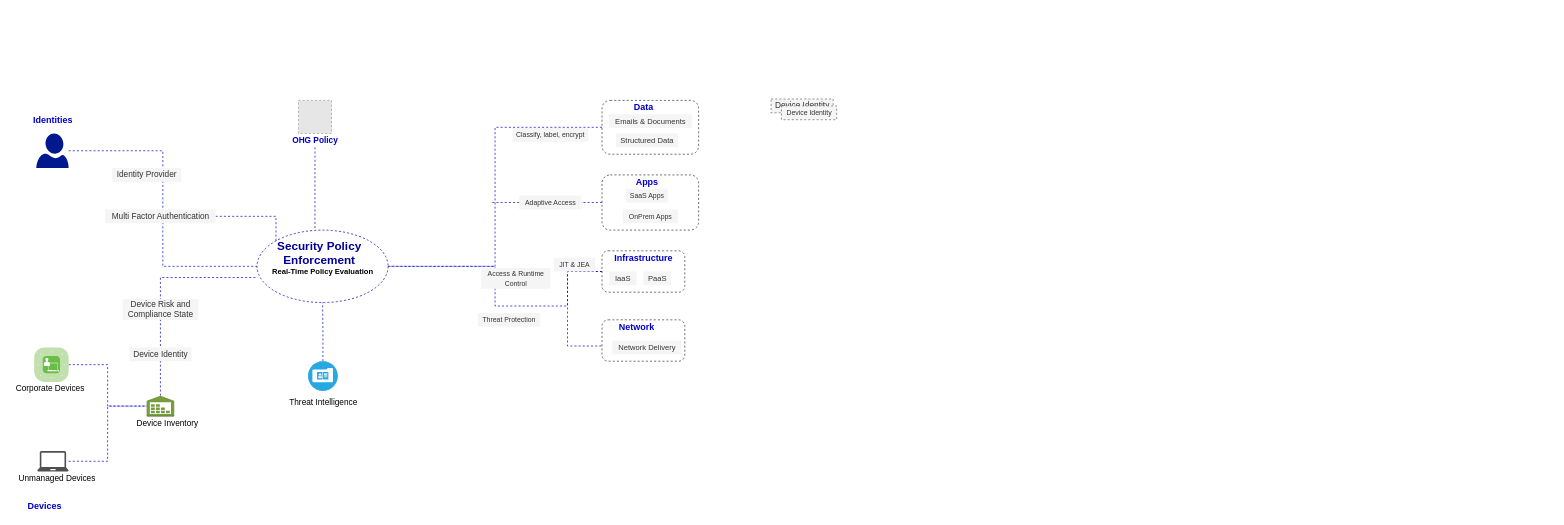
Before: Untitled Diagram.drawio in ajeetsinghal/java, a draw.io diagram. Source tidied: cells renumbered, new cells numbered last; positions are measured from the earlier drawing's top-left corner, leaving out a move shared by most shapes. Both pictures are drawn from the tidied source at 69%, with x=0, y=0 at pixel (12, 99). Pictures stored in the file or linked from it are replaced by grey dashed boxes.
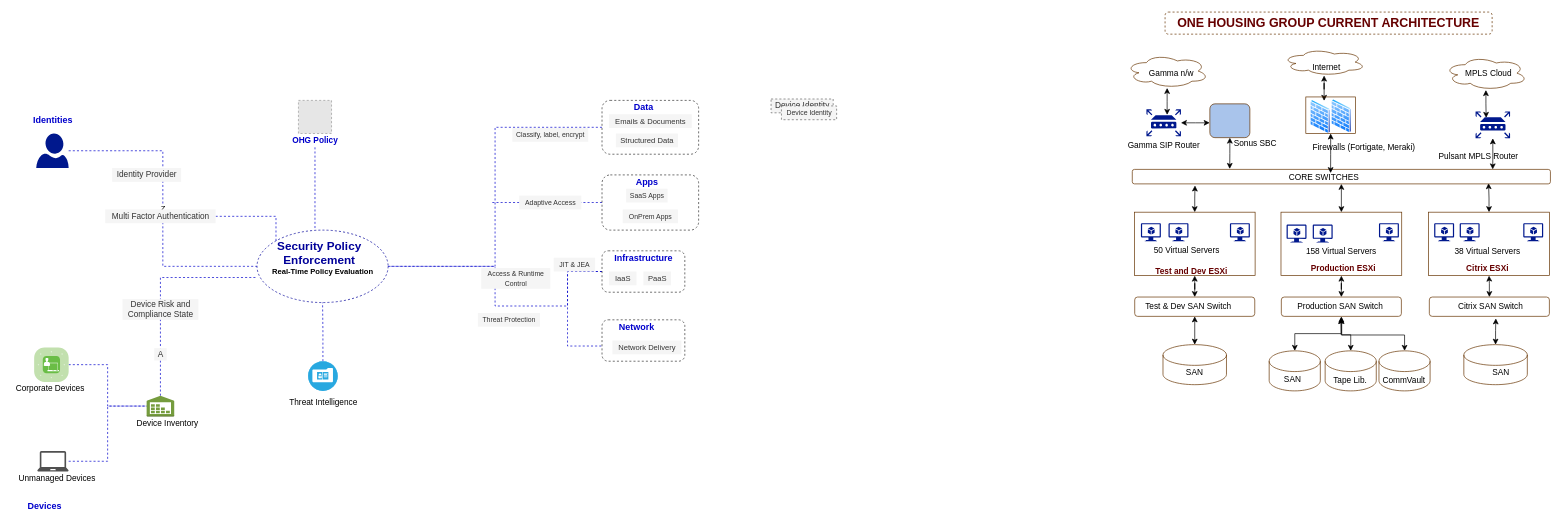
Above is the later version.

The change refers to these unchanged cells:
```xml
<mxCell id="3" style="shadow=0;dashed=0;html=1;strokeColor=none;labelPosition=center;verticalLabelPosition=bottom;verticalAlign=top;align=center;fillColor=#00188D;shape=mxgraph.azure.user;" parent="1" vertex="1">
  <mxGeometry x="35" y="50" width="47" height="50" as="geometry" />
</mxCell>
<mxCell id="5" style="ellipse;whiteSpace=wrap;html=1;fillColor=none;dashed=1;strokeColor=#000099;strokeWidth=1;" parent="1" vertex="1">
  <mxGeometry x="355" y="190" width="190" height="105" as="geometry" />
</mxCell>
```

What changed in the source:
```diff
@@
-    <mxCell id="2" style="edgeStyle=orthogonalEdgeStyle;rounded=0;jettySize=auto;html=1;entryX=0;entryY=0.5;entryDx=0;entryDy=0;dashed=1;strokeColor=#0000CC;endArrow=none;endFill=0;" parent="1" edge="1" source="3" target="5">
+    <mxCell id="2" value="Z" style="edgeStyle=orthogonalEdgeStyle;rounded=0;jettySize=auto;html=1;entryX=0;entryY=0.5;entryDx=0;entryDy=0;dashed=1;strokeColor=#0000CC;endArrow=none;endFill=0;" parent="1" edge="1" source="3" target="5">
       <mxGeometry relative="1" as="geometry" />
     </mxCell>
@@
-    <mxCell id="24" value="Device Identity" style="text;html=1;align=center;verticalAlign=middle;rounded=0;dashed=1;fillColor=#f5f5f5;fontColor=#333333;" parent="1" vertex="1">
-      <mxGeometry x="170" y="360" width="90" height="20" as="geometry" />
+    <mxCell id="24" value="A" style="text;html=1;align=center;verticalAlign=middle;rounded=0;dashed=1;fillColor=#f5f5f5;fontColor=#333333;" parent="1" vertex="1">
+      <mxGeometry x="206" y="361" width="18" height="18" as="geometry" />
     </mxCell>
@@
+    <mxCell id="55" value="&lt;b&gt;&lt;font color=&quot;#660000&quot;&gt;Test and Dev ESXi&lt;/font&gt;&lt;/b&gt;" style="text;html=1;strokeColor=none;fillColor=none;align=center;verticalAlign=middle;whiteSpace=wrap;rounded=0;" parent="1" vertex="1">
+      <mxGeometry x="1647" y="244" width="125" height="12" as="geometry" />
+    </mxCell>
+    <mxCell id="56" value="&lt;b&gt;&lt;font color=&quot;#660000&quot;&gt;Citrix ESXi&lt;/font&gt;&lt;/b&gt;" style="text;html=1;strokeColor=none;fillColor=none;align=center;verticalAlign=middle;whiteSpace=wrap;rounded=0;" parent="1" vertex="1">
+      <mxGeometry x="2076" y="240" width="125" height="12" as="geometry" />
+    </mxCell>
+    <mxCell id="57" value="&lt;b&gt;&lt;font color=&quot;#660000&quot;&gt;Production ESXi&lt;/font&gt;&lt;/b&gt;" style="text;html=1;strokeColor=none;fillColor=none;align=center;verticalAlign=middle;whiteSpace=wrap;rounded=0;" parent="1" vertex="1">
+      <mxGeometry x="1867" y="240" width="125" height="12" as="geometry" />
+    </mxCell>
+    <mxCell id="58" style="shadow=0;dashed=0;html=1;strokeColor=none;labelPosition=center;verticalLabelPosition=bottom;verticalAlign=top;align=center;fillColor=#00188D;shape=mxgraph.azure.virtual_machine_feature;" parent="1" vertex="1">
+      <mxGeometry x="2190.1" y="180" width="28.9" height="26" as="geometry" />
+    </mxCell>
+    <mxCell id="59" style="shadow=0;dashed=0;html=1;strokeColor=none;labelPosition=center;verticalLabelPosition=bottom;verticalAlign=top;align=center;fillColor=#00188D;shape=mxgraph.azure.virtual_machine_feature;" parent="1" vertex="1">
+      <mxGeometry x="2098" y="180" width="28.9" height="26" as="geometry" />
+    </mxCell>
+    <mxCell id="60" style="shadow=0;dashed=0;html=1;strokeColor=none;labelPosition=center;verticalLabelPosition=bottom;verticalAlign=top;align=center;fillColor=#00188D;shape=mxgraph.azure.virtual_machine_feature;" parent="1" vertex="1">
+      <mxGeometry x="2061" y="180" width="28.9" height="26" as="geometry" />
+    </mxCell>
+    <mxCell id="61" style="shadow=0;dashed=0;html=1;strokeColor=none;labelPosition=center;verticalLabelPosition=bottom;verticalAlign=top;align=center;fillColor=#00188D;shape=mxgraph.azure.virtual_machine_feature;" parent="1" vertex="1">
+      <mxGeometry x="1981" y="180" width="28.9" height="26" as="geometry" />
+    </mxCell>
+    <mxCell id="62" style="shadow=0;dashed=0;html=1;strokeColor=none;labelPosition=center;verticalLabelPosition=bottom;verticalAlign=top;align=center;fillColor=#00188D;shape=mxgraph.azure.virtual_machine_feature;" parent="1" vertex="1">
+      <mxGeometry x="1885" y="182" width="28.9" height="26" as="geometry" />
+    </mxCell>
+    <mxCell id="63" style="shadow=0;dashed=0;html=1;strokeColor=none;labelPosition=center;verticalLabelPosition=bottom;verticalAlign=top;align=center;fillColor=#00188D;shape=mxgraph.azure.virtual_machine_feature;" parent="1" vertex="1">
+      <mxGeometry x="1847.1" y="182" width="28.9" height="26" as="geometry" />
+    </mxCell>
+    <mxCell id="64" style="shadow=0;dashed=0;html=1;strokeColor=none;labelPosition=center;verticalLabelPosition=bottom;verticalAlign=top;align=center;fillColor=#00188D;shape=mxgraph.azure.virtual_machine_feature;" parent="1" vertex="1">
+      <mxGeometry x="1765" y="180" width="28.9" height="26" as="geometry" />
+    </mxCell>
+    <mxCell id="65" style="shadow=0;dashed=0;html=1;strokeColor=none;labelPosition=center;verticalLabelPosition=bottom;verticalAlign=top;align=center;fillColor=#00188D;shape=mxgraph.azure.virtual_machine_feature;" parent="1" vertex="1">
+      <mxGeometry x="1676" y="180" width="28.9" height="26" as="geometry" />
+    </mxCell>
+    <mxCell id="66" style="shadow=0;dashed=0;html=1;strokeColor=none;labelPosition=center;verticalLabelPosition=bottom;verticalAlign=top;align=center;fillColor=#00188D;shape=mxgraph.azure.virtual_machine_feature;" parent="1" vertex="1">
+      <mxGeometry x="1636" y="180" width="28.9" height="26" as="geometry" />
+    </mxCell>
+    <mxCell id="67" value="50 Virtual Servers" style="text;html=1;strokeColor=none;fillColor=none;align=center;verticalAlign=middle;whiteSpace=wrap;rounded=0;" parent="1" vertex="1">
+      <mxGeometry x="1633" y="213" width="139" height="12" as="geometry" />
+    </mxCell>
+    <mxCell id="68" value="158 Virtual Servers" style="text;html=1;strokeColor=none;fillColor=none;align=center;verticalAlign=middle;whiteSpace=wrap;rounded=0;" parent="1" vertex="1">
+      <mxGeometry x="1857" y="215" width="139" height="12" as="geometry" />
+    </mxCell>
+    <mxCell id="69" value="38 Virtual Servers" style="text;html=1;strokeColor=none;fillColor=none;align=center;verticalAlign=middle;whiteSpace=wrap;rounded=0;" parent="1" vertex="1">
+      <mxGeometry x="2069" y="215" width="139" height="12" as="geometry" />
+    </mxCell>
+    <mxCell id="70" style="edgeStyle=orthogonalEdgeStyle;rounded=0;jettySize=auto;html=1;entryX=0.15;entryY=1.111;entryDx=0;entryDy=0;entryPerimeter=0;startArrow=classic;startFill=1;endArrow=classic;endFill=1;" parent="1" edge="1" source="71" target="94">
+      <mxGeometry relative="1" as="geometry" />
+    </mxCell>
+    <mxCell id="71" style="rounded=0;whiteSpace=wrap;html=1;strokeColor=#663300;fillColor=none;" parent="1" vertex="1">
+      <mxGeometry x="1626.5" y="164" width="175" height="92" as="geometry" />
+    </mxCell>
+    <mxCell id="72" style="edgeStyle=orthogonalEdgeStyle;rounded=0;jettySize=auto;html=1;entryX=0.5;entryY=1;entryDx=0;entryDy=0;startArrow=classic;startFill=1;endArrow=classic;endFill=1;" parent="1" edge="1" source="73" target="94">
+      <mxGeometry relative="1" as="geometry" />
+    </mxCell>
+    <mxCell id="73" style="rounded=0;whiteSpace=wrap;html=1;strokeColor=#663300;fillColor=none;" parent="1" vertex="1">
+      <mxGeometry x="1839" y="164" width="175" height="92" as="geometry" />
+    </mxCell>
+    <mxCell id="74" style="edgeStyle=orthogonalEdgeStyle;rounded=0;jettySize=auto;html=1;entryX=0.852;entryY=0.952;entryDx=0;entryDy=0;entryPerimeter=0;startArrow=classic;startFill=1;endArrow=classic;endFill=1;" parent="1" edge="1" source="75" target="94">
+      <mxGeometry relative="1" as="geometry" />
+    </mxCell>
+    <mxCell id="75" style="rounded=0;whiteSpace=wrap;html=1;strokeColor=#663300;fillColor=none;" parent="1" vertex="1">
+      <mxGeometry x="2053" y="164" width="175" height="92" as="geometry" />
+    </mxCell>
+    <mxCell id="76" style="edgeStyle=orthogonalEdgeStyle;rounded=0;jettySize=auto;html=1;entryX=0.5;entryY=1;entryDx=0;entryDy=0;startArrow=classic;startFill=1;endArrow=classic;endFill=1;" parent="1" edge="1" source="77" target="71">
+      <mxGeometry relative="1" as="geometry" />
+    </mxCell>
+    <mxCell id="77" style="rounded=1;whiteSpace=wrap;html=1;strokeColor=#663300;fillColor=none;" parent="1" vertex="1">
+      <mxGeometry x="1627" y="287" width="174" height="28" as="geometry" />
+    </mxCell>
+    <mxCell id="78" style="edgeStyle=orthogonalEdgeStyle;rounded=0;jettySize=auto;html=1;entryX=0.5;entryY=1;entryDx=0;entryDy=0;startArrow=classic;startFill=1;endArrow=classic;endFill=1;" parent="1" edge="1" source="79" target="73">
+      <mxGeometry relative="1" as="geometry" />
+    </mxCell>
+    <mxCell id="79" style="rounded=1;whiteSpace=wrap;html=1;strokeColor=#663300;fillColor=none;" parent="1" vertex="1">
+      <mxGeometry x="1839.5" y="287" width="174" height="28" as="geometry" />
+    </mxCell>
+    <mxCell id="80" style="edgeStyle=orthogonalEdgeStyle;rounded=0;jettySize=auto;html=1;entryX=0.5;entryY=1;entryDx=0;entryDy=0;startArrow=classic;startFill=1;endArrow=classic;endFill=1;" parent="1" edge="1" source="81" target="75">
+      <mxGeometry relative="1" as="geometry" />
+    </mxCell>
+    <mxCell id="81" style="rounded=1;whiteSpace=wrap;html=1;strokeColor=#663300;fillColor=none;" parent="1" vertex="1">
+      <mxGeometry x="2054" y="287" width="174" height="28" as="geometry" />
+    </mxCell>
+    <mxCell id="82" style="edgeStyle=orthogonalEdgeStyle;rounded=0;jettySize=auto;html=1;entryX=0.5;entryY=1;entryDx=0;entryDy=0;startArrow=classic;startFill=1;endArrow=classic;endFill=1;" parent="1" edge="1" source="83" target="77">
+      <mxGeometry relative="1" as="geometry" />
+    </mxCell>
+    <mxCell id="83" style="shape=cylinder3;whiteSpace=wrap;html=1;boundedLbl=1;backgroundOutline=1;size=15;strokeColor=#663300;fillColor=none;" parent="1" vertex="1">
+      <mxGeometry x="1668" y="356" width="92" height="58" as="geometry" />
+    </mxCell>
+    <mxCell id="84" style="edgeStyle=orthogonalEdgeStyle;rounded=0;jettySize=auto;html=1;entryX=0.5;entryY=1;entryDx=0;entryDy=0;startArrow=classic;startFill=1;endArrow=classic;endFill=1;" parent="1" edge="1" source="85" target="79">
+      <mxGeometry relative="1" as="geometry" />
+    </mxCell>
+    <mxCell id="85" style="shape=cylinder3;whiteSpace=wrap;html=1;boundedLbl=1;backgroundOutline=1;size=15;strokeColor=#663300;fillColor=none;" parent="1" vertex="1">
+      <mxGeometry x="1821.9" y="365" width="74.1" height="58" as="geometry" />
+    </mxCell>
+    <mxCell id="86" style="edgeStyle=orthogonalEdgeStyle;rounded=0;jettySize=auto;html=1;entryX=0.554;entryY=1.107;entryDx=0;entryDy=0;entryPerimeter=0;startArrow=classic;startFill=1;endArrow=classic;endFill=1;" parent="1" edge="1" source="87" target="81">
+      <mxGeometry relative="1" as="geometry" />
+    </mxCell>
+    <mxCell id="87" style="shape=cylinder3;whiteSpace=wrap;html=1;boundedLbl=1;backgroundOutline=1;size=15;strokeColor=#663300;fillColor=none;" parent="1" vertex="1">
+      <mxGeometry x="2104" y="356" width="92" height="58" as="geometry" />
+    </mxCell>
+    <mxCell id="88" value="Test &amp;amp; Dev SAN Switch" style="text;html=1;strokeColor=none;fillColor=none;align=center;verticalAlign=middle;whiteSpace=wrap;rounded=0;" parent="1" vertex="1">
+      <mxGeometry x="1615.9" y="295" width="178" height="12" as="geometry" />
+    </mxCell>
+    <mxCell id="89" value="Production SAN Switch" style="text;html=1;strokeColor=none;fillColor=none;align=center;verticalAlign=middle;whiteSpace=wrap;rounded=0;" parent="1" vertex="1">
+      <mxGeometry x="1835.5" y="295" width="178" height="12" as="geometry" />
+    </mxCell>
+    <mxCell id="90" value="Citrix SAN Switch" style="text;html=1;strokeColor=none;fillColor=none;align=center;verticalAlign=middle;whiteSpace=wrap;rounded=0;" parent="1" vertex="1">
+      <mxGeometry x="2054" y="295" width="178" height="12" as="geometry" />
+    </mxCell>
+    <mxCell id="91" value="SAN" style="text;html=1;strokeColor=none;fillColor=none;align=center;verticalAlign=middle;whiteSpace=wrap;rounded=0;" parent="1" vertex="1">
+      <mxGeometry x="1694" y="387" width="40" height="20" as="geometry" />
+    </mxCell>
+    <mxCell id="92" value="SAN" style="text;html=1;strokeColor=none;fillColor=none;align=center;verticalAlign=middle;whiteSpace=wrap;rounded=0;fontStyle=0;" parent="1" vertex="1">
+      <mxGeometry x="2138" y="387" width="40" height="20" as="geometry" />
+    </mxCell>
+    <mxCell id="93" value="SAN" style="text;html=1;strokeColor=none;fillColor=none;align=center;verticalAlign=middle;whiteSpace=wrap;rounded=0;fontStyle=0;" parent="1" vertex="1">
+      <mxGeometry x="1836" y="397" width="40" height="20" as="geometry" />
+    </mxCell>
+    <mxCell id="94" style="rounded=1;whiteSpace=wrap;html=1;strokeColor=#663300;fillColor=none;" parent="1" vertex="1">
+      <mxGeometry x="1623.5" y="102" width="606" height="21" as="geometry" />
+    </mxCell>
+    <mxCell id="95" value="CORE SWITCHES" style="text;html=1;strokeColor=none;fillColor=none;align=center;verticalAlign=middle;whiteSpace=wrap;rounded=0;" parent="1" vertex="1">
+      <mxGeometry x="1811" y="111.5" width="181" height="5" as="geometry" />
+    </mxCell>
+    <mxCell id="96" style="edgeStyle=orthogonalEdgeStyle;rounded=0;jettySize=auto;html=1;startArrow=classic;startFill=1;endArrow=classic;endFill=1;" parent="1" edge="1" source="97">
+      <mxGeometry relative="1" as="geometry">
+        <mxPoint x="1925.7" y="317.3" as="targetPoint" />
+      </mxGeometry>
+    </mxCell>
+    <mxCell id="97" style="shape=cylinder3;whiteSpace=wrap;html=1;boundedLbl=1;backgroundOutline=1;size=15;strokeColor=#663300;fillColor=none;" parent="1" vertex="1">
+      <mxGeometry x="1903" y="365" width="74.1" height="58" as="geometry" />
+    </mxCell>
+    <mxCell id="98" style="edgeStyle=orthogonalEdgeStyle;rounded=0;jettySize=auto;html=1;startArrow=classic;startFill=1;endArrow=classic;endFill=1;" parent="1" edge="1" source="99">
+      <mxGeometry relative="1" as="geometry">
+        <mxPoint x="1927" y="317.3" as="targetPoint" />
+        <Array as="points">
+          <mxPoint x="2018" y="342" />
+          <mxPoint x="1927" y="342" />
+        </Array>
+      </mxGeometry>
+    </mxCell>
+    <mxCell id="99" style="shape=cylinder3;whiteSpace=wrap;html=1;boundedLbl=1;backgroundOutline=1;size=15;strokeColor=#663300;fillColor=none;" parent="1" vertex="1">
+      <mxGeometry x="1981" y="365" width="74.1" height="58" as="geometry" />
+    </mxCell>
+    <mxCell id="100" value="Tape Lib." style="text;html=1;strokeColor=none;fillColor=none;align=center;verticalAlign=middle;whiteSpace=wrap;rounded=0;" parent="1" vertex="1">
+      <mxGeometry x="1913.9" y="397" width="51.1" height="21" as="geometry" />
+    </mxCell>
+    <mxCell id="101" value="CommVault" style="text;html=1;strokeColor=none;fillColor=none;align=center;verticalAlign=middle;whiteSpace=wrap;rounded=0;" parent="1" vertex="1">
+      <mxGeometry x="1992" y="397" width="51.1" height="21" as="geometry" />
+    </mxCell>
+    <mxCell id="102" style="edgeStyle=orthogonalEdgeStyle;rounded=0;jettySize=auto;html=1;startArrow=classic;startFill=1;endArrow=classic;endFill=1;" parent="1" edge="1" source="103">
+      <mxGeometry relative="1" as="geometry">
+        <mxPoint x="1735.7" y="34.5" as="targetPoint" />
+      </mxGeometry>
+    </mxCell>
+    <mxCell id="103" style="shadow=0;dashed=0;html=1;strokeColor=none;labelPosition=center;verticalLabelPosition=bottom;verticalAlign=top;align=center;fillColor=#00188D;shape=mxgraph.mscae.enterprise.router;" parent="1" vertex="1">
+      <mxGeometry x="1644" y="15" width="50" height="39" as="geometry" />
+    </mxCell>
+    <mxCell id="104" style="perimeter=ellipsePerimeter;html=1;align=center;shadow=0;dashed=0;spacingTop=3;image;image=img/lib/active_directory/firewall.svg;strokeColor=#663300;fillColor=none;" parent="1" vertex="1">
+      <mxGeometry x="1881" y="1" width="30.5" height="50" as="geometry" />
+    </mxCell>
+    <mxCell id="105" style="edgeStyle=orthogonalEdgeStyle;rounded=0;jettySize=auto;html=1;entryX=0.862;entryY=0;entryDx=0;entryDy=0;entryPerimeter=0;startArrow=classic;startFill=1;endArrow=classic;endFill=1;" parent="1" edge="1" source="106" target="94">
+      <mxGeometry relative="1" as="geometry" />
+    </mxCell>
+    <mxCell id="106" style="shadow=0;dashed=0;html=1;strokeColor=none;labelPosition=center;verticalLabelPosition=bottom;verticalAlign=top;align=center;fillColor=#00188D;shape=mxgraph.mscae.enterprise.router;" parent="1" vertex="1">
+      <mxGeometry x="2121" y="18" width="50" height="39" as="geometry" />
+    </mxCell>
+    <mxCell id="107" style="perimeter=ellipsePerimeter;html=1;align=center;shadow=0;dashed=0;spacingTop=3;image;image=img/lib/active_directory/firewall.svg;strokeColor=#663300;fillColor=none;" parent="1" vertex="1">
+      <mxGeometry x="1911.5" width="30.5" height="50" as="geometry" />
+    </mxCell>
+    <mxCell id="108" value="Gamma SIP Router" style="text;html=1;strokeColor=none;fillColor=none;align=center;verticalAlign=middle;whiteSpace=wrap;rounded=0;" parent="1" vertex="1">
+      <mxGeometry x="1612.5" y="57" width="113" height="20" as="geometry" />
+    </mxCell>
+    <mxCell id="109" value="Firewalls (Fortigate, Meraki)" style="text;html=1;strokeColor=none;fillColor=none;align=center;verticalAlign=middle;whiteSpace=wrap;rounded=0;" parent="1" vertex="1">
+      <mxGeometry x="1883.5" y="60" width="151.4" height="20" as="geometry" />
+    </mxCell>
+    <mxCell id="110" value="Pulsant MPLS Router" style="text;html=1;strokeColor=none;fillColor=none;align=center;verticalAlign=middle;whiteSpace=wrap;rounded=0;" parent="1" vertex="1">
+      <mxGeometry x="2065" y="74" width="120.9" height="20" as="geometry" />
+    </mxCell>
+    <mxCell id="111" style="edgeStyle=orthogonalEdgeStyle;rounded=0;jettySize=auto;html=1;startArrow=classic;startFill=1;endArrow=classic;endFill=1;" parent="1" edge="1" source="112">
+      <mxGeometry relative="1" as="geometry">
+        <mxPoint x="1674" y="23" as="targetPoint" />
+      </mxGeometry>
+    </mxCell>
+    <mxCell id="112" style="ellipse;shape=cloud;whiteSpace=wrap;html=1;strokeColor=#663300;fillColor=none;" parent="1" vertex="1">
+      <mxGeometry x="1614" y="-65" width="120" height="49" as="geometry" />
+    </mxCell>
+    <mxCell id="113" style="edgeStyle=orthogonalEdgeStyle;rounded=0;jettySize=auto;html=1;entryX=0.368;entryY=0.107;entryDx=0;entryDy=0;entryPerimeter=0;startArrow=classic;startFill=1;endArrow=classic;endFill=1;" parent="1" edge="1" source="114" target="124">
+      <mxGeometry relative="1" as="geometry" />
+    </mxCell>
+    <mxCell id="114" style="ellipse;shape=cloud;whiteSpace=wrap;html=1;strokeColor=#663300;fillColor=none;" parent="1" vertex="1">
+      <mxGeometry x="1841.5" y="-73" width="120" height="39" as="geometry" />
+    </mxCell>
+    <mxCell id="115" style="edgeStyle=orthogonalEdgeStyle;rounded=0;jettySize=auto;html=1;entryX=0.307;entryY=0.239;entryDx=0;entryDy=0;entryPerimeter=0;startArrow=classic;startFill=1;endArrow=classic;endFill=1;" parent="1" edge="1" source="116" target="106">
+      <mxGeometry relative="1" as="geometry" />
+    </mxCell>
+    <mxCell id="116" style="ellipse;shape=cloud;whiteSpace=wrap;html=1;strokeColor=#663300;fillColor=none;" parent="1" vertex="1">
+      <mxGeometry x="2076" y="-62" width="120" height="49" as="geometry" />
+    </mxCell>
+    <mxCell id="117" value="Internet" style="text;html=1;strokeColor=none;fillColor=none;align=center;verticalAlign=middle;whiteSpace=wrap;rounded=0;" parent="1" vertex="1">
+      <mxGeometry x="1885" y="-55.5" width="40" height="20" as="geometry" />
+    </mxCell>
+    <mxCell id="118" value="Gamma n/w&amp;nbsp;" style="text;html=1;strokeColor=none;fillColor=none;align=center;verticalAlign=middle;whiteSpace=wrap;rounded=0;" parent="1" vertex="1">
+      <mxGeometry x="1644" y="-47.5" width="76" height="20" as="geometry" />
+    </mxCell>
+    <mxCell id="119" value="MPLS Cloud" style="text;html=1;strokeColor=none;fillColor=none;align=center;verticalAlign=middle;whiteSpace=wrap;rounded=0;" parent="1" vertex="1">
+      <mxGeometry x="2102" y="-47.5" width="76" height="20" as="geometry" />
+    </mxCell>
+    <mxCell id="120" style="edgeStyle=orthogonalEdgeStyle;rounded=0;jettySize=auto;html=1;entryX=0.233;entryY=-0.032;entryDx=0;entryDy=0;entryPerimeter=0;startArrow=classic;startFill=1;endArrow=classic;endFill=1;" parent="1" edge="1" source="121" target="94">
+      <mxGeometry relative="1" as="geometry" />
+    </mxCell>
+    <mxCell id="121" style="rounded=1;whiteSpace=wrap;html=1;strokeColor=#663300;fillColor=#A9C4EB;" parent="1" vertex="1">
+      <mxGeometry x="1735.9" y="7" width="58" height="49" as="geometry" />
+    </mxCell>
+    <mxCell id="122" value="Sonus SBC" style="text;html=1;strokeColor=none;fillColor=none;align=center;verticalAlign=middle;whiteSpace=wrap;rounded=0;" parent="1" vertex="1">
+      <mxGeometry x="1767.5" y="54" width="68" height="20" as="geometry" />
+    </mxCell>
+    <mxCell id="123" style="edgeStyle=orthogonalEdgeStyle;rounded=0;jettySize=auto;html=1;entryX=0.552;entryY=-0.833;entryDx=0;entryDy=0;entryPerimeter=0;startArrow=classic;startFill=1;endArrow=classic;endFill=1;" parent="1" edge="1" source="124" target="95">
+      <mxGeometry relative="1" as="geometry" />
+    </mxCell>
+    <mxCell id="124" style="rounded=0;whiteSpace=wrap;html=1;strokeColor=#663300;fillColor=none;" parent="1" vertex="1">
+      <mxGeometry x="1875" y="-3" width="72" height="53" as="geometry" />
+    </mxCell>
+    <mxCell id="125" value="&lt;b&gt;&lt;font color=&quot;#660000&quot; style=&quot;font-size: 18px&quot;&gt;ONE HOUSING GROUP CURRENT ARCHITECTURE&lt;/font&gt;&lt;/b&gt;" style="text;html=1;strokeColor=none;fillColor=none;align=center;verticalAlign=middle;whiteSpace=wrap;rounded=0;" parent="1" vertex="1">
+      <mxGeometry x="1676" y="-120" width="463.8" height="20" as="geometry" />
+    </mxCell>
+    <mxCell id="126" style="rounded=1;whiteSpace=wrap;html=1;strokeColor=#663300;fillColor=none;dashed=1;" parent="1" vertex="1">
+      <mxGeometry x="1671" y="-126" width="474" height="32" as="geometry" />
+    </mxCell>
```
